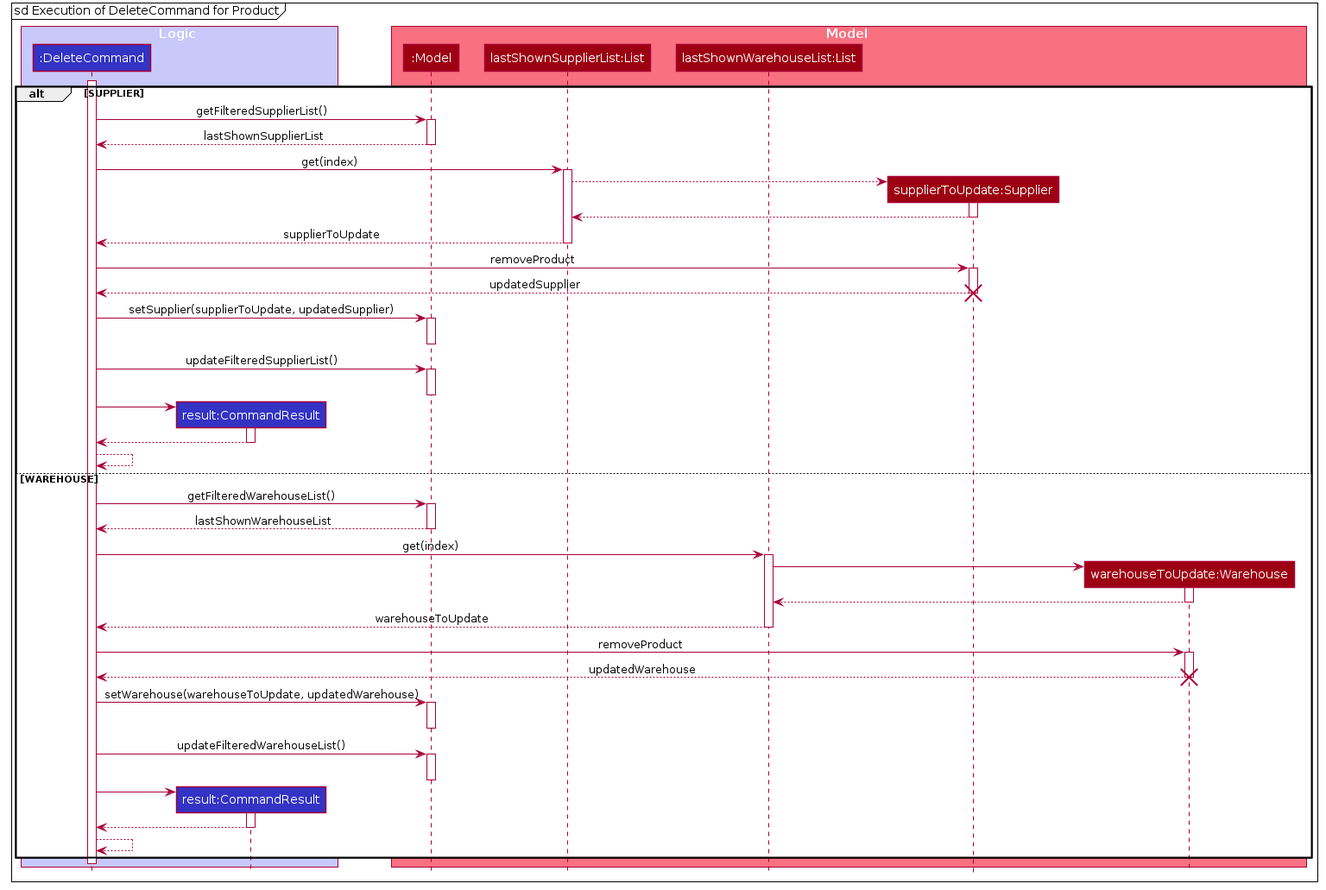
The PlantUML diagram docs/images/DeleteCommandExecutionSequenceDiagram2.png in tohyuting/tp, before a commit.
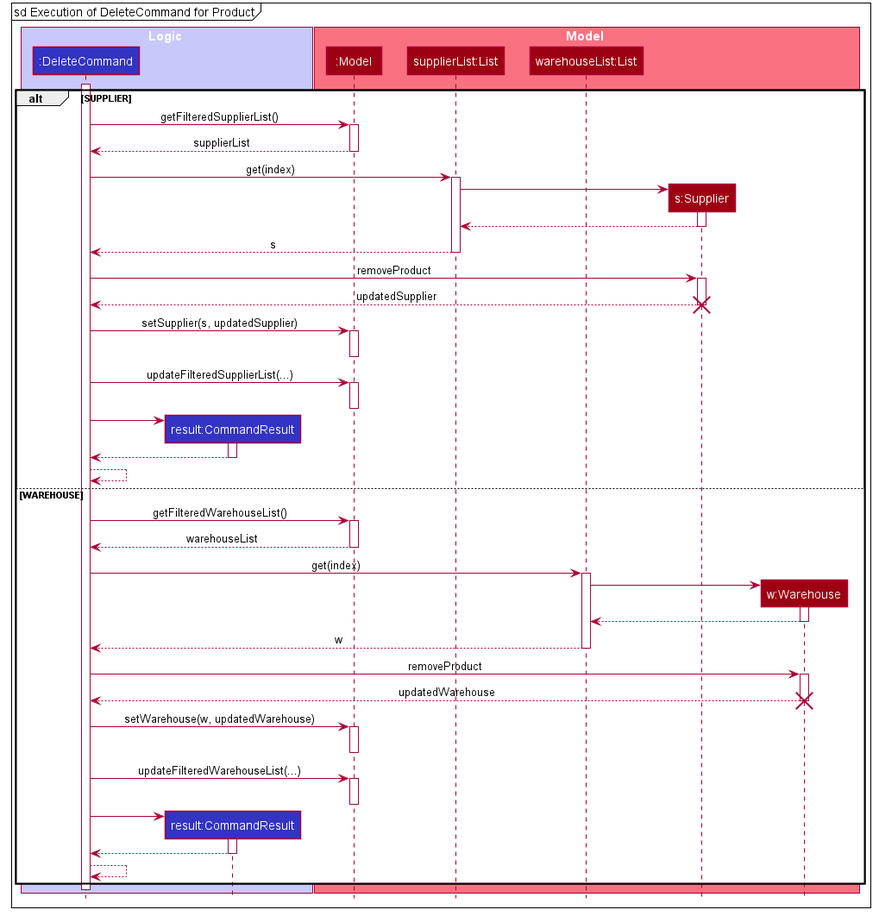
Above is the later version.

Commit message:
fix more UML bugs

What changed in the source:
```diff
@@ -57,42 +57,42 @@
 
 box Model #F97181
 participant ":Model" as Model #9D0012
-participant "lastShownSupplierList:List" as lastShownSupplierList #9D0012
-participant "lastShownWarehouseList:List" as lastShownWarehouseList #9D0012
-participant "supplierToUpdate:Supplier" as supplierToUpdate #9D0012
-participant "warehouseToUpdate:Warehouse" as warehouseToUpdate #9D0012
+participant "supplierList:List" as supplierList #9D0012
+participant "warehouseList:List" as warehouseList #9D0012
+participant "s:Supplier" as s #9D0012
+participant "w:Warehouse" as w #9D0012
 end box
 
 alt SUPPLIER
 activate DeleteCommand
 DeleteCommand -> Model : getFilteredSupplierList()
 activate Model
-Model --> DeleteCommand  : lastShownSupplierList
+Model --> DeleteCommand  : supplierList
 deactivate Model
 
-DeleteCommand -> lastShownSupplierList : get(index)
-activate lastShownSupplierList
-create supplierToUpdate
-lastShownSupplierList --> supplierToUpdate
-activate supplierToUpdate
-supplierToUpdate --> lastShownSupplierList
-deactivate supplierToUpdate
-lastShownSupplierList --> DeleteCommand : supplierToUpdate
-deactivate lastShownSupplierList
+DeleteCommand -> supplierList : get(index)
+activate supplierList
+create s
+supplierList -> s
+activate s
+s --> supplierList
+deactivate s
+supplierList --> DeleteCommand : s
+deactivate supplierList
 
 
 
-DeleteCommand -> supplierToUpdate : removeProduct
-activate supplierToUpdate
-supplierToUpdate --> DeleteCommand : updatedSupplier
-deactivate supplierToUpdate
-destroy supplierToUpdate
+DeleteCommand -> s : removeProduct
+activate s
+s --> DeleteCommand : updatedSupplier
+deactivate s
+destroy s
 
-DeleteCommand -> Model : setSupplier(supplierToUpdate, updatedSupplier)
+DeleteCommand -> Model : setSupplier(s, updatedSupplier)
 activate Model
 deactivate Model
 
-DeleteCommand -> Model : updateFilteredSupplierList()
+DeleteCommand -> Model : updateFilteredSupplierList(...)
 activate Model
 deactivate Model
 
@@ -110,32 +110,32 @@
 
 DeleteCommand -> Model : getFilteredWarehouseList()
 activate Model
-Model --> DeleteCommand  : lastShownWarehouseList
+Model --> DeleteCommand  : warehouseList
 deactivate Model
 
-DeleteCommand -> lastShownWarehouseList : get(index)
-activate lastShownWarehouseList
-create warehouseToUpdate
-lastShownWarehouseList -> warehouseToUpdate
-activate warehouseToUpdate
-warehouseToUpdate --> lastShownWarehouseList
-deactivate warehouseToUpdate
-lastShownWarehouseList --> DeleteCommand : warehouseToUpdate
-deactivate lastShownWarehouseList
+DeleteCommand -> warehouseList : get(index)
+activate warehouseList
+create w
+warehouseList -> w
+activate w
+w --> warehouseList
+deactivate w
+warehouseList --> DeleteCommand : w
+deactivate warehouseList
 
 
-DeleteCommand -> warehouseToUpdate : removeProduct
-activate warehouseToUpdate
-warehouseToUpdate --> DeleteCommand : updatedWarehouse
-deactivate warehouseToUpdate
-destroy warehouseToUpdate
+DeleteCommand -> w : removeProduct
+activate w
+w --> DeleteCommand : updatedWarehouse
+deactivate w
+destroy w
 
 
-DeleteCommand -> Model : setWarehouse(warehouseToUpdate, updatedWarehouse)
+DeleteCommand -> Model : setWarehouse(w, updatedWarehouse)
 activate Model
 deactivate Model
 
-DeleteCommand -> Model : updateFilteredWarehouseList()
+DeleteCommand -> Model : updateFilteredWarehouseList(...)
 activate Model
 deactivate Model
 
```
